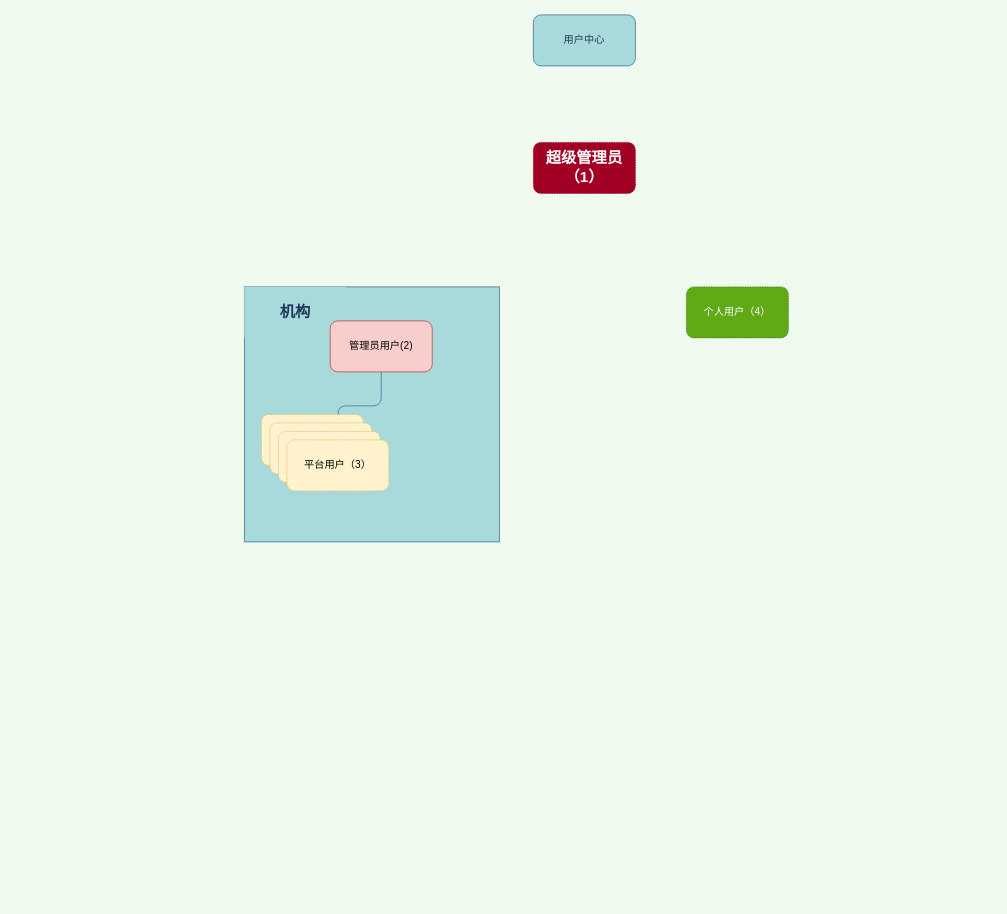
Before: 用户中心梳理.drawio in hcy973747509/draw.io, a draw.io diagram. Source tidied: cells renumbered, new cells numbered last; positions are measured from the earlier drawing's top-left corner, leaving out a move shared by most shapes. Both pictures are drawn from the tidied source at 85%, with x=0, y=0 at pixel (244, 14).
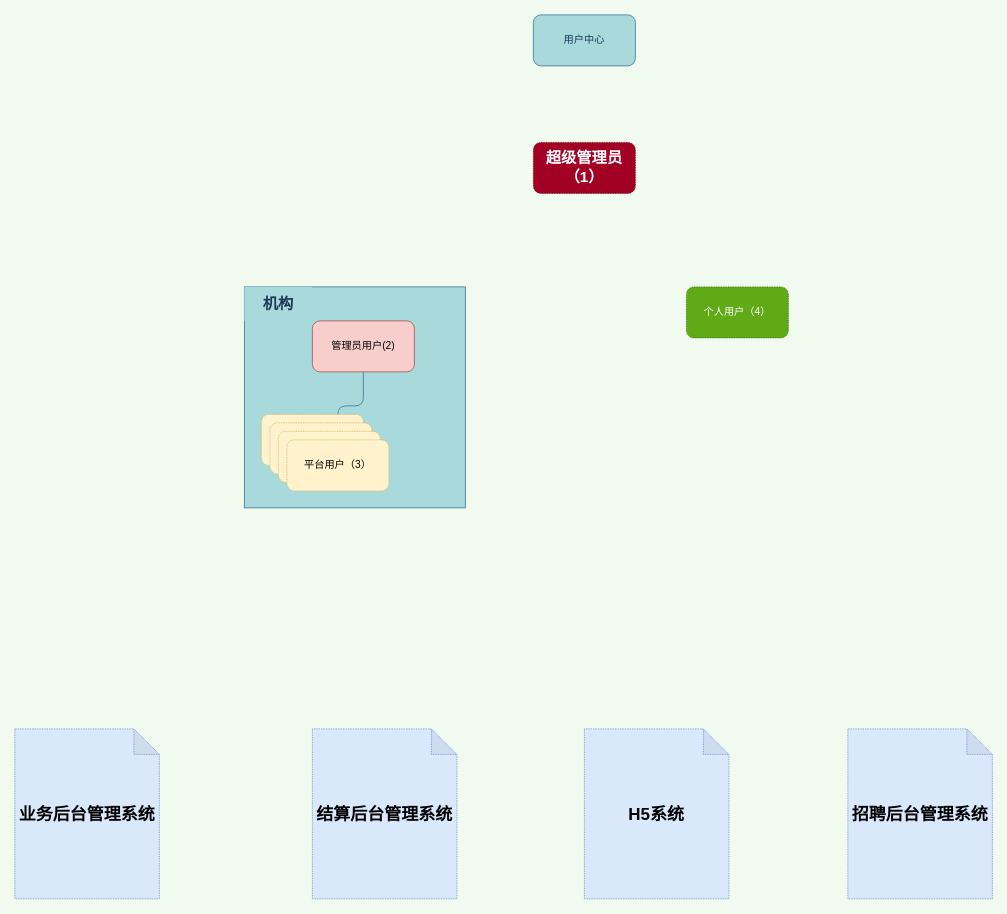
Above is the later version.

Commit message (it also covers changes not shown here):
Update 用户中心梳理.drawio

Change to the diagram source:
```diff
@@
 <mxGraphModel background="#F1FAEE">
   <root>
     <mxCell id="0" />
     <mxCell id="1" parent="0" />
     <mxCell id="2" value="用户中心" style="rounded=1;whiteSpace=wrap;html=1;sketch=0;fillColor=#A8DADC;strokeColor=#457B9D;fontColor=#1D3557;" parent="1" vertex="1">
       <mxGeometry x="340" width="120" height="60" as="geometry" />
     </mxCell>
     <mxCell id="3" style="whiteSpace=wrap;html=1;rounded=0;sketch=0;strokeColor=#457B9D;fillColor=#A8DADC;fontColor=#1D3557;align=left;" parent="1" vertex="1">
-      <mxGeometry y="320" width="300" height="300" as="geometry" />
+      <mxGeometry y="320" width="260" height="260" as="geometry" />
     </mxCell>
     <mxCell id="4" value="&lt;b&gt;&lt;font style=&quot;font-size: 18px&quot;&gt;机构&lt;/font&gt;&lt;/b&gt;" style="rounded=0;whiteSpace=wrap;html=1;sketch=0;fillColor=#A8DADC;fontColor=#1D3557;dashed=1;dashPattern=1 1;strokeColor=none;" parent="1" vertex="1">
-      <mxGeometry y="320" width="120" height="60" as="geometry" />
+      <mxGeometry y="320" width="80" height="40" as="geometry" />
     </mxCell>
     <mxCell id="5" style="edgeStyle=orthogonalEdgeStyle;curved=0;rounded=1;sketch=0;jettySize=auto;html=1;strokeColor=#457B9D;fillColor=#A8DADC;fontColor=#1D3557;" parent="1" edge="1" source="6" target="10">
       <mxGeometry relative="1" as="geometry" />
     </mxCell>
     <mxCell id="6" value="管理员用户(2)" style="rounded=1;whiteSpace=wrap;html=1;sketch=0;strokeColor=#b85450;fillColor=#f8cecc;" parent="1" vertex="1">
-      <mxGeometry x="101" y="360" width="120" height="60" as="geometry" />
+      <mxGeometry x="80" y="360" width="120" height="60" as="geometry" />
     </mxCell>
     <mxCell id="7" style="rounded=1;whiteSpace=wrap;html=1;dashed=1;dashPattern=1 1;sketch=0;strokeColor=#d6b656;fillColor=#fff2cc;" parent="1" vertex="1">
       <mxGeometry x="20" y="470" width="120" height="60" as="geometry" />
     </mxCell>
     <mxCell id="8" style="rounded=1;whiteSpace=wrap;html=1;dashed=1;dashPattern=1 1;sketch=0;strokeColor=#d6b656;fillColor=#fff2cc;" parent="1" vertex="1">
       <mxGeometry x="30" y="480" width="120" height="60" as="geometry" />
     </mxCell>
     <mxCell id="9" style="rounded=1;whiteSpace=wrap;html=1;dashed=1;dashPattern=1 1;sketch=0;strokeColor=#d6b656;fillColor=#fff2cc;" parent="1" vertex="1">
       <mxGeometry x="40" y="490" width="120" height="60" as="geometry" />
     </mxCell>
     <mxCell id="10" value="平台用户（3）" style="rounded=1;whiteSpace=wrap;html=1;dashed=1;dashPattern=1 1;sketch=0;strokeColor=#d6b656;fillColor=#fff2cc;" parent="1" vertex="1">
       <mxGeometry x="50" y="500" width="120" height="60" as="geometry" />
     </mxCell>
     <mxCell id="11" value="&lt;b&gt;&lt;font style=&quot;font-size: 18px&quot;&gt;超级管理员（1）&lt;/font&gt;&lt;/b&gt;" style="rounded=1;whiteSpace=wrap;html=1;dashed=1;dashPattern=1 1;sketch=0;strokeColor=#6F0000;fillColor=#a20025;fontColor=#ffffff;" parent="1" vertex="1">
       <mxGeometry x="340" y="150" width="120" height="60" as="geometry" />
     </mxCell>
     <mxCell id="12" value="个人用户（4）" style="rounded=1;whiteSpace=wrap;html=1;dashed=1;dashPattern=1 1;sketch=0;strokeColor=#2D7600;fillColor=#60a917;fontColor=#ffffff;" parent="1" vertex="1">
       <mxGeometry x="520" y="320" width="120" height="60" as="geometry" />
     </mxCell>
+    <mxCell id="13" value="&lt;b&gt;&lt;font style=&quot;font-size: 20px&quot;&gt;业务后台管理系统&lt;/font&gt;&lt;/b&gt;" style="shape=note;whiteSpace=wrap;html=1;backgroundOutline=1;darkOpacity=0.05;rounded=0;dashed=1;dashPattern=1 1;sketch=0;strokeColor=#6c8ebf;fillColor=#dae8fc;" parent="1" vertex="1">
+      <mxGeometry x="-270" y="840" width="170" height="200" as="geometry" />
+    </mxCell>
+    <mxCell id="14" value="&lt;b&gt;&lt;font style=&quot;font-size: 20px&quot;&gt;结算后台管理系统&lt;/font&gt;&lt;/b&gt;" style="shape=note;whiteSpace=wrap;html=1;backgroundOutline=1;darkOpacity=0.05;rounded=0;dashed=1;dashPattern=1 1;sketch=0;strokeColor=#6c8ebf;fillColor=#dae8fc;" parent="1" vertex="1">
+      <mxGeometry x="80" y="840" width="170" height="200" as="geometry" />
+    </mxCell>
+    <mxCell id="15" value="&lt;b&gt;&lt;font style=&quot;font-size: 20px&quot;&gt;H5系统&lt;/font&gt;&lt;/b&gt;" style="shape=note;whiteSpace=wrap;html=1;backgroundOutline=1;darkOpacity=0.05;rounded=0;dashed=1;dashPattern=1 1;sketch=0;strokeColor=#6c8ebf;fillColor=#dae8fc;" parent="1" vertex="1">
+      <mxGeometry x="400" y="840" width="170" height="200" as="geometry" />
+    </mxCell>
+    <mxCell id="16" value="&lt;b&gt;&lt;font style=&quot;font-size: 20px&quot;&gt;招聘后台管理系统&lt;/font&gt;&lt;/b&gt;" style="shape=note;whiteSpace=wrap;html=1;backgroundOutline=1;darkOpacity=0.05;rounded=0;dashed=1;dashPattern=1 1;sketch=0;strokeColor=#6c8ebf;fillColor=#dae8fc;" parent="1" vertex="1">
+      <mxGeometry x="710" y="840" width="170" height="200" as="geometry" />
+    </mxCell>
   </root>
 </mxGraphModel>
```
